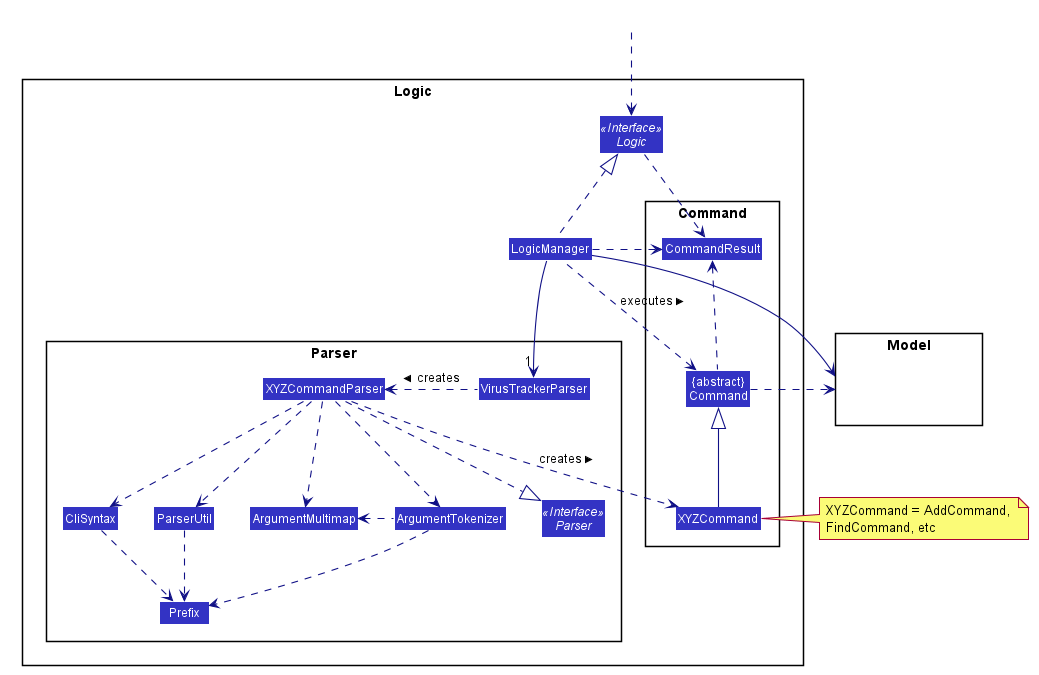
Earlier version of the PlantUML export docs/images/LogicClassDiagram.png (siangernlow/tp).
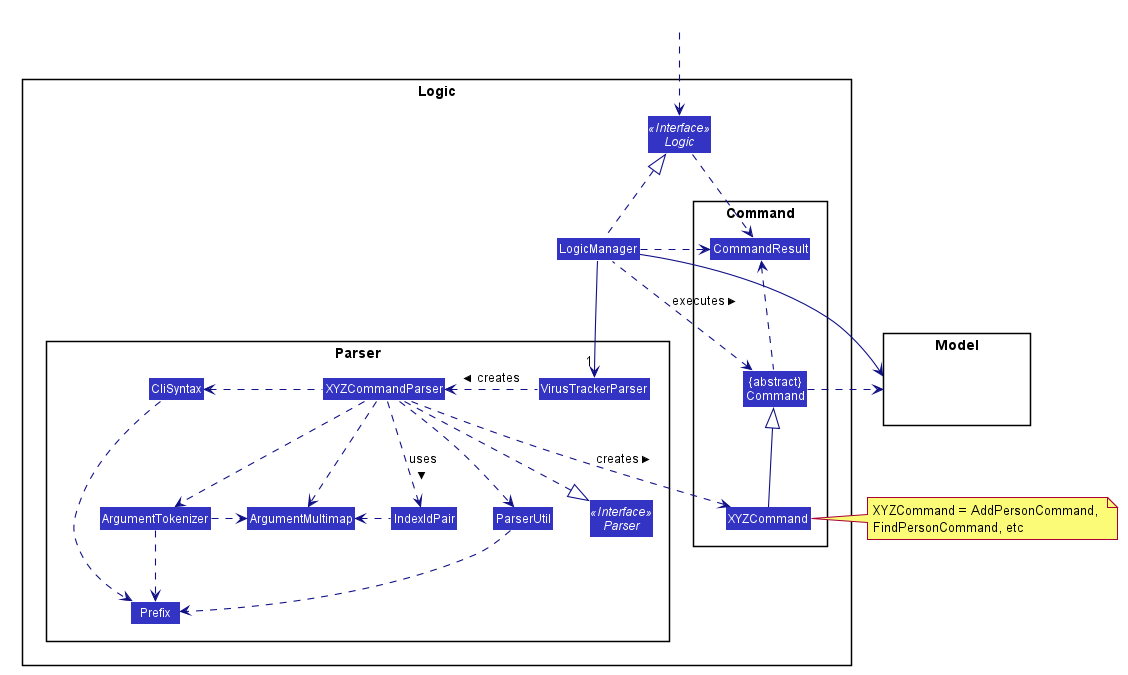
Later version of the same file.

The edit, as a diff of the source:
```diff
@@ -62,6 +62,7 @@
 Class ArgumentMultimap
 Class ArgumentTokenizer
 Class Prefix
+Class IndexIdPair
 }
 
 package Command {
@@ -89,21 +90,24 @@
 XYZCommandParser ..|> Parser
 XYZCommandParser ..> ArgumentMultimap
 XYZCommandParser ..> ArgumentTokenizer
-ArgumentTokenizer .left.> ArgumentMultimap
-XYZCommandParser ..> CliSyntax
+ArgumentTokenizer .right.> ArgumentMultimap
+XYZCommandParser .left.> CliSyntax
 CliSyntax ..> Prefix
 XYZCommandParser ..> ParserUtil
-ParserUtil .down.> Prefix
-ArgumentTokenizer .down.> Prefix
+ParserUtil ..> Prefix
+ArgumentTokenizer ..> Prefix
 XYZCommand -up-|> Command
 LogicManager .left.> Command : executes >
 
 LogicManager --> Model
 Command .right.> Model
-note right of XYZCommand: XYZCommand = AddCommand, \nFindCommand, etc
+note right of XYZCommand: XYZCommand = AddPersonCommand, \nFindPersonCommand, etc
 
 Logic ..> CommandResult
 LogicManager .down.> CommandResult
 Command .up.> CommandResult
 CommandResult -[hidden]-> Parser
+
+IndexIdPair .left.> ArgumentMultimap
+XYZCommandParser ..> IndexIdPair : uses >
 @enduml
```
